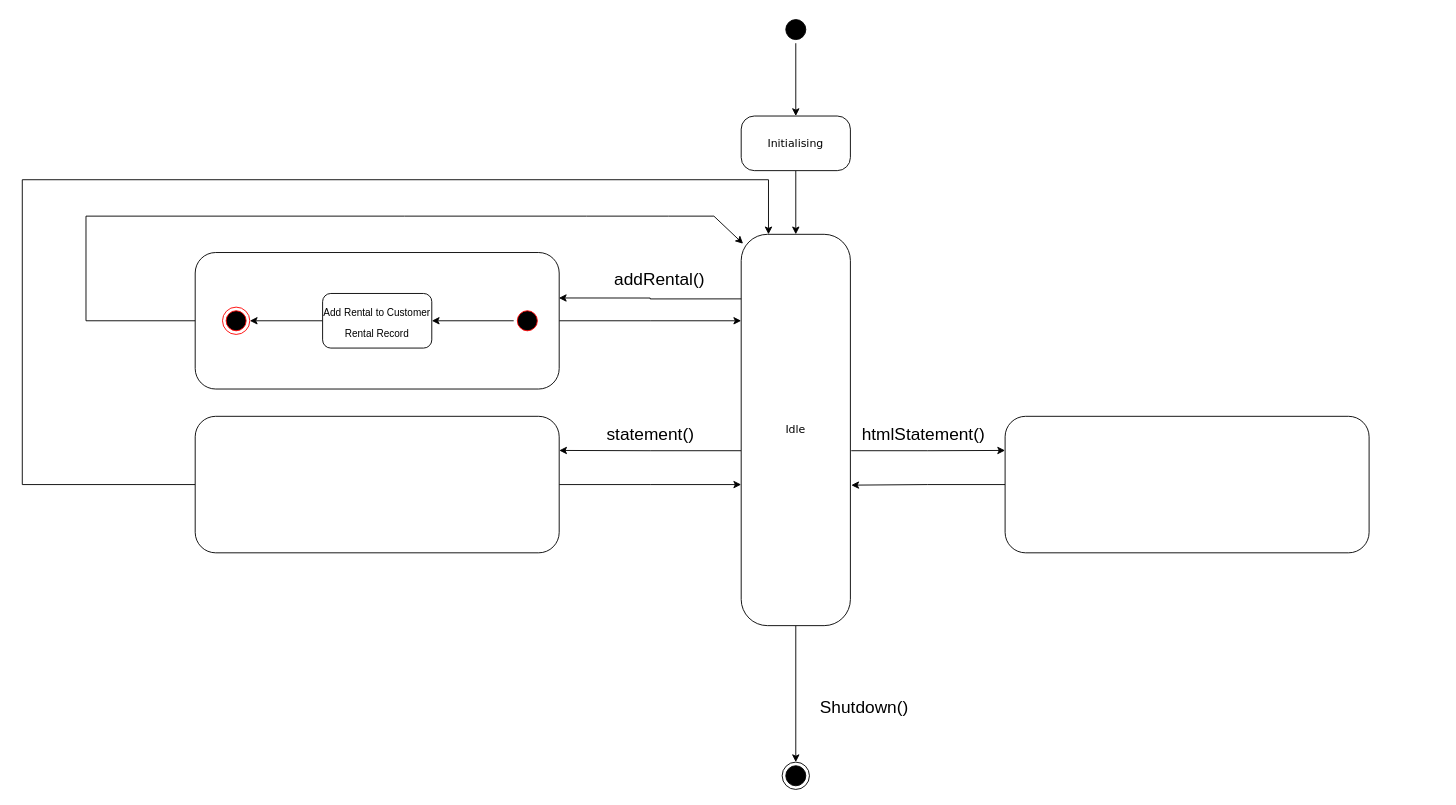
LukeBogdanovic/CS4227_Interceptor keeps this draw.io diagram as CompositeStateMachine.drawio. Above is the earlier version. Source tidied: cells renumbered, new cells numbered last; positions are measured from the earlier drawing's top-left corner, leaving out a move shared by most shapes. Both pictures are drawn from the tidied source at 91%, with x=0, y=0 at pixel (22, 15).
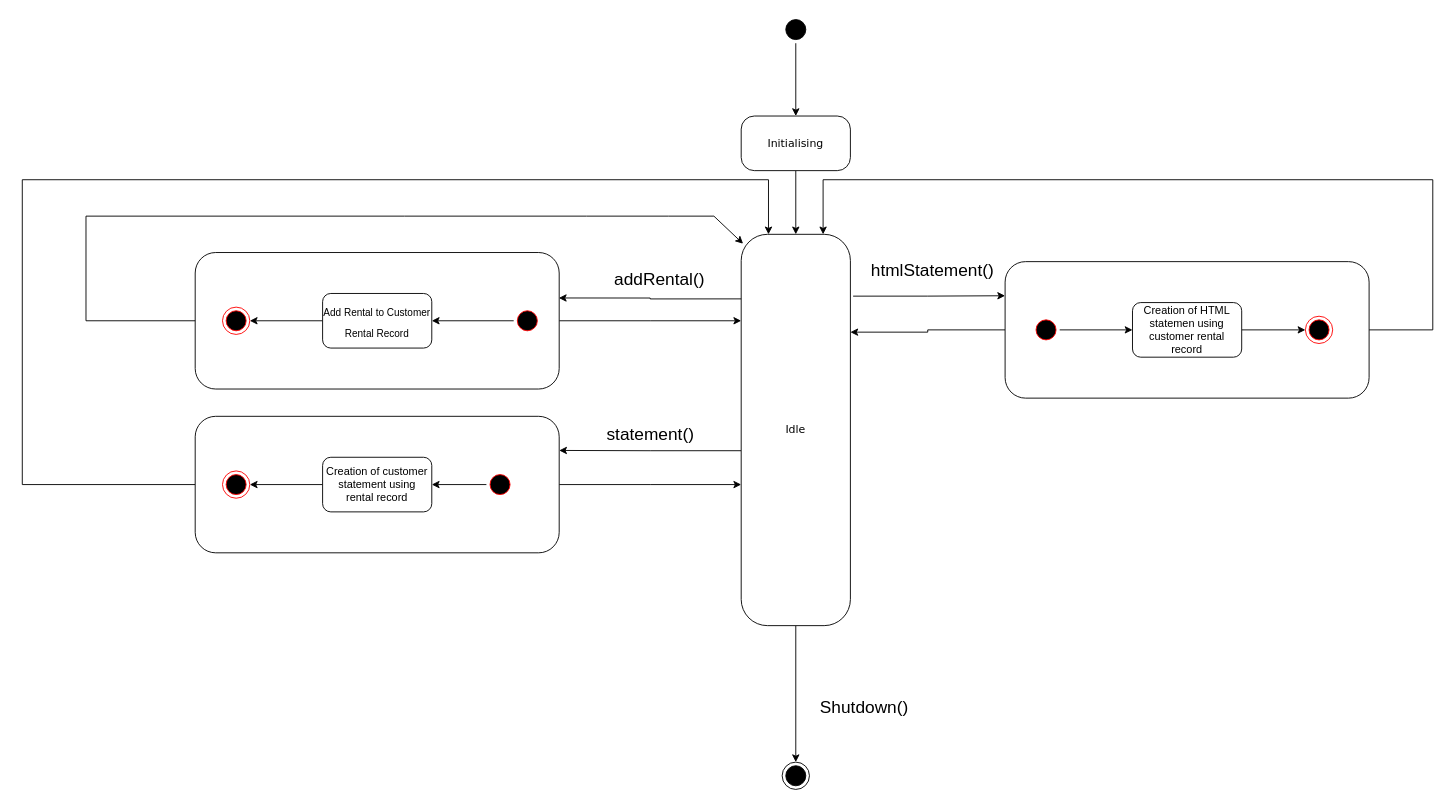
The same page after the edit.

The change refers to these unchanged cells:
```xml
<mxCell id="8" value="Idle" style="rounded=1;whiteSpace=wrap;html=1;arcSize=24;fillColor=#FFFFFF;strokeColor=#000000;shadow=0;comic=0;labelBackgroundColor=none;fontFamily=Verdana;fontSize=12;fontColor=#000000;align=center;" parent="1" vertex="1">
  <mxGeometry x="790" y="240" width="120" height="430" as="geometry" />
</mxCell>
```

What changed in the source:
```diff
@@
-    <mxCell id="7" style="edgeStyle=orthogonalEdgeStyle;rounded=0;jettySize=auto;html=1;exitX=1.008;exitY=0.553;exitDx=0;exitDy=0;entryX=0;entryY=0.25;entryDx=0;entryDy=0;strokeColor=#000000;fontSize=19;exitPerimeter=0;" parent="1" edge="1" source="8" target="13">
+    <mxCell id="7" style="edgeStyle=orthogonalEdgeStyle;rounded=0;jettySize=auto;html=1;exitX=1.025;exitY=0.158;exitDx=0;exitDy=0;entryX=0;entryY=0.25;entryDx=0;entryDy=0;strokeColor=#000000;fontSize=19;exitPerimeter=0;" parent="1" edge="1" source="8" target="13">
       <mxGeometry relative="1" as="geometry" />
     </mxCell>
@@
-    <mxCell id="12" style="edgeStyle=orthogonalEdgeStyle;rounded=0;jettySize=auto;html=1;exitX=0;exitY=0.5;exitDx=0;exitDy=0;entryX=1.008;entryY=0.641;entryDx=0;entryDy=0;entryPerimeter=0;strokeColor=#000000;fontSize=19;" parent="1" edge="1" source="13" target="8">
+    <mxCell id="12" style="edgeStyle=orthogonalEdgeStyle;rounded=0;jettySize=auto;html=1;exitX=0;exitY=0.5;exitDx=0;exitDy=0;entryX=1;entryY=0.25;entryDx=0;entryDy=0;strokeColor=#000000;fontSize=19;" parent="1" edge="1" source="13" target="8">
       <mxGeometry relative="1" as="geometry" />
     </mxCell>
+    <mxCell id="29" style="edgeStyle=orthogonalEdgeStyle;rounded=0;jettySize=auto;html=1;entryX=0.75;entryY=0;entryDx=0;entryDy=0;" parent="1" edge="1" source="13" target="8">
+      <mxGeometry relative="1" as="geometry">
+        <Array as="points">
+          <mxPoint x="1550" y="345" />
+          <mxPoint x="1550" y="180" />
+          <mxPoint x="880" y="180" />
+        </Array>
+      </mxGeometry>
+    </mxCell>
     <mxCell id="13" style="rounded=1;whiteSpace=wrap;html=1;strokeColor=#000000;" parent="1" vertex="1">
-      <mxGeometry x="1080" y="440" width="400" height="150" as="geometry" />
+      <mxGeometry x="1080" y="270" width="400" height="150" as="geometry" />
     </mxCell>
@@
     <mxCell id="28" value="htmlStatement()" style="text;html=1;align=center;verticalAlign=middle;strokeColor=none;fillColor=none;fontSize=19;" parent="1" vertex="1">
-      <mxGeometry x="910" y="440" width="160" height="40" as="geometry" />
+      <mxGeometry x="920" y="260" width="160" height="40" as="geometry" />
     </mxCell>
+    <mxCell id="30" style="edgeStyle=orthogonalEdgeStyle;rounded=0;jettySize=auto;html=1;exitX=0;exitY=0.5;exitDx=0;exitDy=0;entryX=1;entryY=0.5;entryDx=0;entryDy=0;" parent="1" edge="1" source="31" target="37">
+      <mxGeometry relative="1" as="geometry" />
+    </mxCell>
+    <mxCell id="31" style="ellipse;html=1;shape=startState;fillColor=#000000;strokeColor=#ff0000;" parent="1" vertex="1">
+      <mxGeometry x="510" y="500" width="30" height="30" as="geometry" />
+    </mxCell>
+    <mxCell id="32" style="edgeStyle=orthogonalEdgeStyle;rounded=0;jettySize=auto;html=1;entryX=0;entryY=0.5;entryDx=0;entryDy=0;" parent="1" edge="1" source="33" target="39">
+      <mxGeometry relative="1" as="geometry" />
+    </mxCell>
+    <mxCell id="33" style="ellipse;html=1;shape=startState;fillColor=#000000;strokeColor=#ff0000;" parent="1" vertex="1">
+      <mxGeometry x="1110" y="330" width="30" height="30" as="geometry" />
+    </mxCell>
+    <mxCell id="34" style="ellipse;html=1;shape=endState;fillColor=#000000;strokeColor=#ff0000;" parent="1" vertex="1">
+      <mxGeometry x="220" y="500" width="30" height="30" as="geometry" />
+    </mxCell>
+    <mxCell id="35" style="ellipse;html=1;shape=endState;fillColor=#000000;strokeColor=#ff0000;" parent="1" vertex="1">
+      <mxGeometry x="1410" y="330" width="30" height="30" as="geometry" />
+    </mxCell>
+    <mxCell id="36" style="edgeStyle=orthogonalEdgeStyle;rounded=0;jettySize=auto;html=1;entryX=1;entryY=0.5;entryDx=0;entryDy=0;" parent="1" edge="1" source="37" target="34">
+      <mxGeometry relative="1" as="geometry" />
+    </mxCell>
+    <mxCell id="37" value="Creation of customer statement using rental record" style="rounded=1;whiteSpace=wrap;html=1;" parent="1" vertex="1">
+      <mxGeometry x="330" y="485" width="120" height="60" as="geometry" />
+    </mxCell>
+    <mxCell id="38" style="edgeStyle=orthogonalEdgeStyle;rounded=0;jettySize=auto;html=1;entryX=0;entryY=0.5;entryDx=0;entryDy=0;" parent="1" edge="1" source="39" target="35">
+      <mxGeometry relative="1" as="geometry" />
+    </mxCell>
+    <mxCell id="39" value="Creation of HTML statemen using customer rental record" style="rounded=1;whiteSpace=wrap;html=1;" parent="1" vertex="1">
+      <mxGeometry x="1220" y="315" width="120" height="60" as="geometry" />
+    </mxCell>
```
